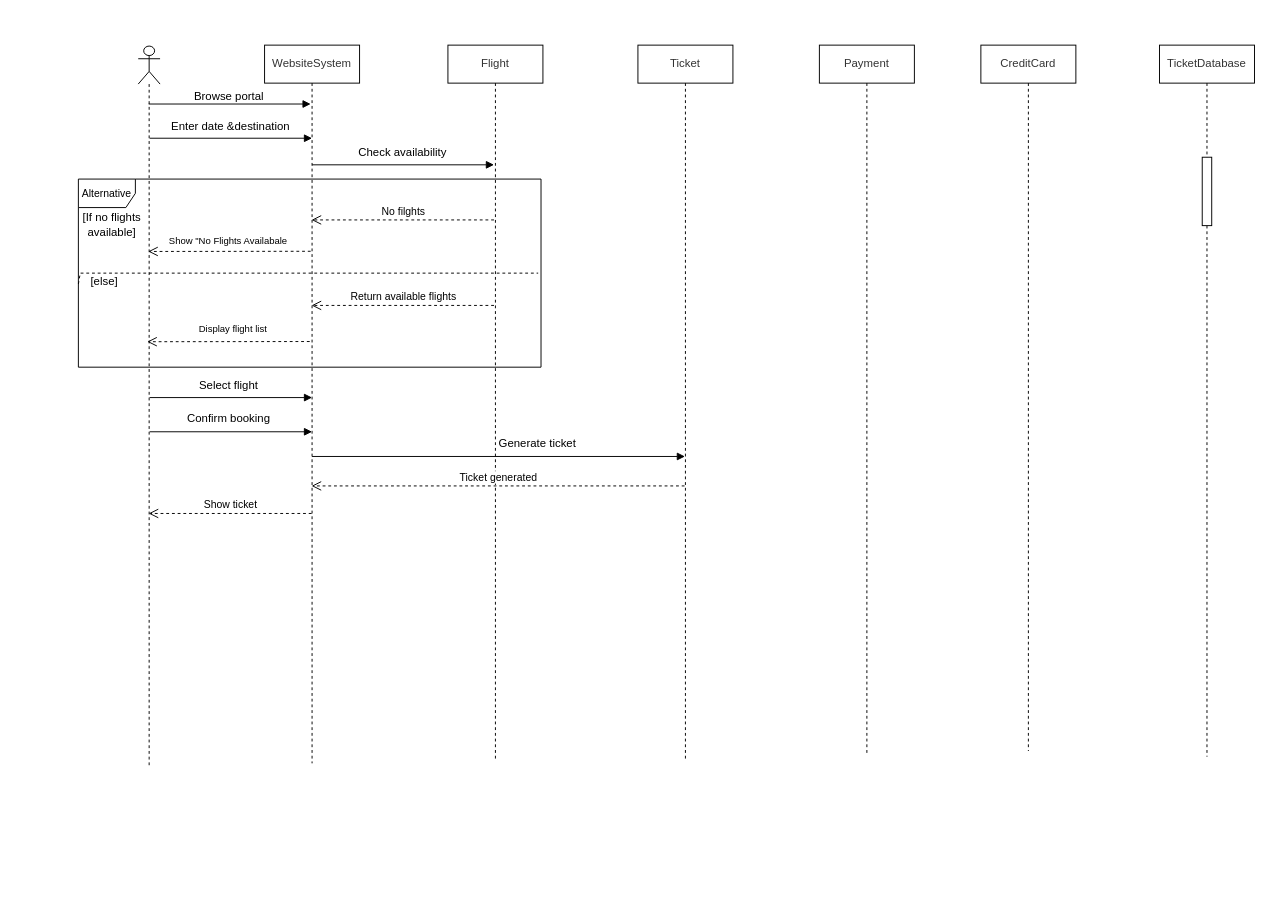
Earlier version of the draw.io diagram sequence.drawio (huyTrinhVAn/Draw-Io-Repo). Source tidied: cells renumbered, new cells numbered last; positions are measured from the earlier drawing's top-left corner, leaving out a move shared by most shapes. Both pictures are drawn from the tidied source at 95%, with x=0, y=0 at pixel (16, 45).
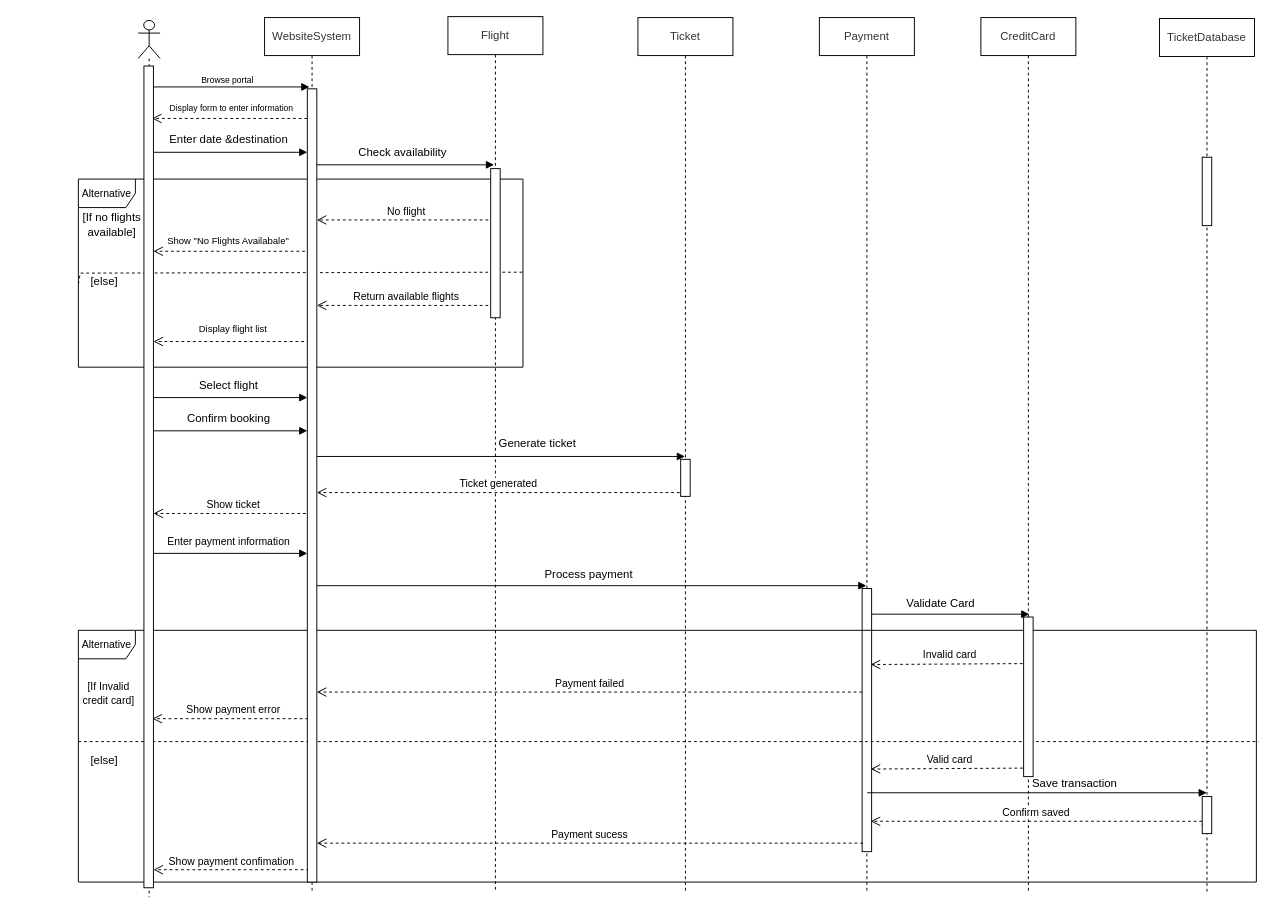
The same page after the edit.

Commit message:
Almost final design

Diff of the diagram source:
```diff
@@
     <mxCell id="2" value="&lt;span style=&quot;color: rgb(51, 51, 51); font-family: arial, sans-serif; text-wrap-mode: nowrap; background-color: rgb(255, 255, 255);&quot;&gt;&lt;font style=&quot;font-size: 12px;&quot;&gt;Flight&lt;/font&gt;&lt;/span&gt;" style="shape=umlLifeline;perimeter=lifelinePerimeter;whiteSpace=wrap;html=1;newEdgeStyle={&quot;curved&quot;:0,&quot;rounded&quot;:0};" parent="1" vertex="1">
-      <mxGeometry x="454" width="100" height="752" as="geometry" />
+      <mxGeometry x="454" y="-30" width="100" height="922" as="geometry" />
     </mxCell>
     <mxCell id="3" value="&lt;span style=&quot;color: rgb(51, 51, 51); font-family: arial, sans-serif; text-wrap-mode: nowrap; background-color: rgb(255, 255, 255);&quot;&gt;&lt;font style=&quot;font-size: 12px;&quot;&gt;WebsiteSystem&lt;/font&gt;&lt;/span&gt;" style="shape=umlLifeline;perimeter=lifelinePerimeter;whiteSpace=wrap;html=1;outlineConnect=0;portConstraint=eastwest;newEdgeStyle={&quot;curved&quot;:0,&quot;rounded&quot;:0};" parent="1" vertex="1">
-      <mxGeometry x="261" width="100" height="756" as="geometry" />
+      <mxGeometry x="261" y="-29" width="100" height="922" as="geometry" />
     </mxCell>
     <mxCell id="4" value="&lt;span style=&quot;color: rgb(51, 51, 51); font-family: arial, sans-serif; text-wrap-mode: nowrap; background-color: rgb(255, 255, 255);&quot;&gt;&lt;font style=&quot;font-size: 12px;&quot;&gt;Ticket&lt;/font&gt;&lt;/span&gt;" style="shape=umlLifeline;perimeter=lifelinePerimeter;whiteSpace=wrap;html=1;outlineConnect=0;portConstraint=eastwest;newEdgeStyle={&quot;curved&quot;:0,&quot;rounded&quot;:0};" parent="1" vertex="1">
-      <mxGeometry x="654" width="100" height="752" as="geometry" />
+      <mxGeometry x="654" y="-29" width="100" height="920" as="geometry" />
     </mxCell>
+    <mxCell id="34" style="html=1;perimeter=orthogonalPerimeter;targetShapes=umlLifeline;newEdgeStyle={&quot;curved&quot;:0,&quot;rounded&quot;:0};" parent="4" vertex="1">
+      <mxGeometry x="45" y="465" width="10" height="39" as="geometry" />
+    </mxCell>
     <mxCell id="5" value="&lt;span style=&quot;color: rgb(51, 51, 51); font-family: arial, sans-serif; text-wrap-mode: nowrap; background-color: rgb(255, 255, 255);&quot;&gt;&lt;font style=&quot;font-size: 12px;&quot;&gt;Payment&lt;/font&gt;&lt;/span&gt;" style="shape=umlLifeline;perimeter=lifelinePerimeter;whiteSpace=wrap;html=1;outlineConnect=0;portConstraint=eastwest;newEdgeStyle={&quot;curved&quot;:0,&quot;rounded&quot;:0};" parent="1" vertex="1">
-      <mxGeometry x="845" width="100" height="747" as="geometry" />
+      <mxGeometry x="845" y="-29" width="100" height="920" as="geometry" />
     </mxCell>
+    <mxCell id="35" style="html=1;points=[[0,0,0,0,5],[0,1,0,0,-5],[1,0,0,0,5],[1,1,0,0,-5]];perimeter=orthogonalPerimeter;outlineConnect=0;targetShapes=umlLifeline;portConstraint=eastwest;newEdgeStyle={&quot;curved&quot;:0,&quot;rounded&quot;:0};" parent="5" vertex="1">
+      <mxGeometry x="45" y="601" width="10" height="277" as="geometry" />
+    </mxCell>
     <mxCell id="6" value="&lt;span style=&quot;color: rgb(51, 51, 51); font-family: arial, sans-serif; text-wrap-mode: nowrap; background-color: rgb(255, 255, 255);&quot;&gt;&lt;font style=&quot;font-size: 12px;&quot;&gt;CreditCard&lt;/font&gt;&lt;/span&gt;" style="shape=umlLifeline;perimeter=lifelinePerimeter;whiteSpace=wrap;html=1;newEdgeStyle={&quot;curved&quot;:0,&quot;rounded&quot;:0};" parent="1" vertex="1">
-      <mxGeometry x="1015" width="100" height="743" as="geometry" />
+      <mxGeometry x="1015" y="-29" width="100" height="921" as="geometry" />
     </mxCell>
     <mxCell id="7" value="&lt;span style=&quot;color: rgb(51, 51, 51); font-family: arial, sans-serif; text-wrap-mode: nowrap; background-color: rgb(255, 255, 255);&quot;&gt;&lt;font style=&quot;font-size: 12px;&quot;&gt;TicketDatabase&lt;/font&gt;&lt;/span&gt;" style="shape=umlLifeline;perimeter=lifelinePerimeter;whiteSpace=wrap;html=1;newEdgeStyle={&quot;curved&quot;:0,&quot;rounded&quot;:0};" parent="1" vertex="1">
-      <mxGeometry x="1203" width="100" height="749" as="geometry" />
+      <mxGeometry x="1203" y="-28" width="100" height="921" as="geometry" />
     </mxCell>
@@
     <mxCell id="9" style="html=1;verticalAlign=bottom;endArrow=block;curved=0;rounded=0;" parent="1" edge="1">
       <mxGeometry x="-0.82" y="37" relative="1" as="geometry">
-        <mxPoint x="139" y="62" as="sourcePoint" />
-        <mxPoint x="309.5" y="62" as="targetPoint" />
+        <mxPoint x="137.8" y="44" as="sourcePoint" />
+        <mxPoint x="308.2" y="44" as="targetPoint" />
       </mxGeometry>
     </mxCell>
-    <mxCell id="10" value="Browse portal&amp;nbsp;" style="text;html=1;align=center;verticalAlign=middle;whiteSpace=wrap;rounded=0;" parent="1" vertex="1">
-      <mxGeometry x="165" y="46" width="121" height="16" as="geometry" />
+    <mxCell id="10" value="&lt;font style=&quot;font-size: 9px;&quot;&gt;Browse portal&amp;nbsp;&lt;/font&gt;" style="text;html=1;align=center;verticalAlign=middle;whiteSpace=wrap;rounded=0;" parent="1" vertex="1">
+      <mxGeometry x="162.5" y="28" width="121" height="16" as="geometry" />
     </mxCell>
-    <mxCell id="11" style="html=1;verticalAlign=bottom;endArrow=block;curved=0;rounded=0;" parent="1" edge="1">
+    <mxCell id="11" style="html=1;verticalAlign=bottom;endArrow=block;curved=0;rounded=0;" parent="1" edge="1" target="59">
       <mxGeometry x="-0.82" y="37" relative="1" as="geometry">
-        <mxPoint x="140" y="98" as="sourcePoint" />
-        <mxPoint x="311" y="98" as="targetPoint" />
+        <mxPoint x="135.5" y="112.8" as="sourcePoint" />
       </mxGeometry>
     </mxCell>
     <mxCell id="12" value="Enter date &amp;amp;destination" style="text;html=1;align=center;verticalAlign=middle;whiteSpace=wrap;rounded=0;" parent="1" vertex="1">
-      <mxGeometry x="157" y="78" width="137" height="16" as="geometry" />
+      <mxGeometry x="154.5" y="91" width="137" height="16" as="geometry" />
     </mxCell>
@@
     <mxCell id="15" value="&lt;font style=&quot;font-size: 11px;&quot;&gt;Alternative&lt;/font&gt;" style="shape=umlFrame;whiteSpace=wrap;html=1;" parent="1" vertex="1">
-      <mxGeometry x="65" y="141" width="487" height="198" as="geometry" />
+      <mxGeometry x="65" y="141" width="468" height="198" as="geometry" />
     </mxCell>
@@
-    <mxCell id="17" value="No filghts" style="html=1;verticalAlign=bottom;endArrow=open;dashed=1;endSize=8;curved=0;rounded=0;" parent="1" edge="1">
+    <mxCell id="17" value="No flight" style="html=1;verticalAlign=bottom;endArrow=open;dashed=1;endSize=8;curved=0;rounded=0;" parent="1" edge="1" target="59">
       <mxGeometry relative="1" as="geometry">
         <mxPoint x="502.5" y="184" as="sourcePoint" />
-        <mxPoint x="310.5" y="184" as="targetPoint" />
       </mxGeometry>
     </mxCell>
-    <mxCell id="18" style="html=1;verticalAlign=bottom;endArrow=open;dashed=1;endSize=8;curved=0;rounded=0;" parent="1" edge="1">
+    <mxCell id="18" style="html=1;verticalAlign=bottom;endArrow=open;dashed=1;endSize=8;curved=0;rounded=0;" parent="1" edge="1" target="57">
       <mxGeometry relative="1" as="geometry">
         <mxPoint x="309.5" y="217" as="sourcePoint" />
-        <mxPoint x="138.5" y="217.2" as="targetPoint" />
       </mxGeometry>
     </mxCell>
-    <mxCell id="19" value="&lt;font style=&quot;font-size: 10px;&quot;&gt;Show &quot;No Flights Availabale&lt;/font&gt;" style="text;html=1;align=center;verticalAlign=middle;whiteSpace=wrap;rounded=0;" parent="1" vertex="1">
+    <mxCell id="19" value="&lt;font style=&quot;font-size: 10px;&quot;&gt;Show &quot;No Flights Availabale&quot;&lt;/font&gt;" style="text;html=1;align=center;verticalAlign=middle;whiteSpace=wrap;rounded=0;" parent="1" vertex="1">
       <mxGeometry x="152" y="197" width="142" height="17" as="geometry" />
     </mxCell>
@@
-    <mxCell id="21" style="endArrow=none;dashed=1;html=1;rounded=0;exitX=0;exitY=0.558;exitDx=0;exitDy=0;exitPerimeter=0;" parent="1" edge="1" source="15">
+    <mxCell id="21" style="endArrow=none;dashed=1;html=1;rounded=0;exitX=0;exitY=0.558;exitDx=0;exitDy=0;exitPerimeter=0;entryX=1.001;entryY=0.495;entryDx=0;entryDy=0;entryPerimeter=0;" parent="1" edge="1" source="15" target="15">
       <mxGeometry relative="1" as="geometry">
-        <mxPoint x="549" y="240" as="targetPoint" />
         <Array as="points">
           <mxPoint x="67" y="240" />
         </Array>
       </mxGeometry>
     </mxCell>
-    <mxCell id="22" value="Return available flights" style="html=1;verticalAlign=bottom;endArrow=open;dashed=1;endSize=8;curved=0;rounded=0;" parent="1" edge="1">
+    <mxCell id="22" value="Return available flights" style="html=1;verticalAlign=bottom;endArrow=open;dashed=1;endSize=8;curved=0;rounded=0;" parent="1" edge="1" target="59">
       <mxGeometry relative="1" as="geometry">
         <mxPoint x="502.5" y="274" as="sourcePoint" />
-        <mxPoint x="310.5" y="274" as="targetPoint" />
       </mxGeometry>
     </mxCell>
-    <mxCell id="23" style="html=1;verticalAlign=bottom;endArrow=open;dashed=1;endSize=8;curved=0;rounded=0;" parent="1" edge="1">
+    <mxCell id="23" style="html=1;verticalAlign=bottom;endArrow=open;dashed=1;endSize=8;curved=0;rounded=0;" parent="1" edge="1" target="57">
       <mxGeometry relative="1" as="geometry">
         <mxPoint x="308.5" y="312" as="sourcePoint" />
-        <mxPoint x="137.5" y="312.2" as="targetPoint" />
       </mxGeometry>
     </mxCell>
@@
-    <mxCell id="25" style="shape=umlLifeline;perimeter=lifelinePerimeter;whiteSpace=wrap;html=1;newEdgeStyle={&quot;curved&quot;:0,&quot;rounded&quot;:0};participant=umlActor;" parent="1" vertex="1">
-      <mxGeometry x="128" y="1" width="23" height="760" as="geometry" />
-    </mxCell>
     <mxCell id="26" style="html=1;verticalAlign=bottom;endArrow=block;curved=0;rounded=0;" parent="1" edge="1">
       <mxGeometry x="-0.82" y="37" relative="1" as="geometry">
-        <mxPoint x="140" y="371" as="sourcePoint" />
-        <mxPoint x="311" y="371" as="targetPoint" />
+        <mxPoint x="135" y="371" as="sourcePoint" />
+        <mxPoint x="306" y="371" as="targetPoint" />
       </mxGeometry>
     </mxCell>
@@
     <mxCell id="28" style="html=1;verticalAlign=bottom;endArrow=block;curved=0;rounded=0;" parent="1" edge="1">
       <mxGeometry x="-0.82" y="37" relative="1" as="geometry">
-        <mxPoint x="140" y="407" as="sourcePoint" />
-        <mxPoint x="311" y="407" as="targetPoint" />
+        <mxPoint x="135" y="406" as="sourcePoint" />
+        <mxPoint x="306" y="406" as="targetPoint" />
       </mxGeometry>
     </mxCell>
@@
-    <mxCell id="32" value="Ticket generated" style="html=1;verticalAlign=bottom;endArrow=open;dashed=1;endSize=8;curved=0;rounded=0;" parent="1" edge="1" target="3">
+    <mxCell id="32" value="Ticket generated" style="html=1;verticalAlign=bottom;endArrow=open;dashed=1;endSize=8;curved=0;rounded=0;" parent="1" edge="1" target="59">
       <mxGeometry relative="1" as="geometry">
-        <mxPoint x="703.1" y="464" as="sourcePoint" />
+        <mxPoint x="698" y="471" as="sourcePoint" />
+        <Array as="points">
+          <mxPoint x="678" y="471" />
+        </Array>
       </mxGeometry>
     </mxCell>
-    <mxCell id="33" value="Show ticket" style="html=1;verticalAlign=bottom;endArrow=open;dashed=1;endSize=8;curved=0;rounded=0;" parent="1" edge="1" source="3">
+    <mxCell id="33" value="Show ticket" style="html=1;verticalAlign=bottom;endArrow=open;dashed=1;endSize=8;curved=0;rounded=0;" parent="1" edge="1" source="3" target="57">
       <mxGeometry relative="1" as="geometry">
-        <mxPoint x="139" y="493" as="targetPoint" />
+        <Array as="points">
+          <mxPoint x="161" y="493" />
+        </Array>
       </mxGeometry>
     </mxCell>
+    <mxCell id="36" style="html=1;verticalAlign=bottom;endArrow=block;curved=0;rounded=0;" parent="1" edge="1">
+      <mxGeometry x="-0.82" y="37" relative="1" as="geometry">
+        <mxPoint x="135" y="535" as="sourcePoint" />
+        <mxPoint x="306" y="535" as="targetPoint" />
+      </mxGeometry>
+    </mxCell>
+    <mxCell id="37" value="&lt;div style=&quot;text-align: center;&quot;&gt;&lt;span style=&quot;color: light-dark(rgb(0, 0, 0), rgb(255, 255, 255)); font-size: 11px; text-wrap-mode: nowrap; background-color: rgb(255, 255, 255);&quot;&gt;Enter payment information&lt;/span&gt;&lt;/div&gt;" style="text;whiteSpace=wrap;html=1;" parent="1" vertex="1">
+      <mxGeometry x="157" y="509" width="119" height="22" as="geometry" />
+    </mxCell>
+    <mxCell id="38" style="html=1;verticalAlign=bottom;endArrow=block;curved=0;rounded=0;" parent="1" edge="1" target="5">
+      <mxGeometry x="-0.82" y="37" relative="1" as="geometry">
+        <mxPoint x="311" y="569" as="sourcePoint" />
+      </mxGeometry>
+    </mxCell>
+    <mxCell id="39" value="Process payment" style="text;html=1;align=center;verticalAlign=middle;whiteSpace=wrap;rounded=0;" parent="1" vertex="1">
+      <mxGeometry x="508" y="549" width="189" height="16" as="geometry" />
+    </mxCell>
+    <mxCell id="40" style="html=1;verticalAlign=bottom;endArrow=block;curved=0;rounded=0;" parent="1" edge="1" source="35">
+      <mxGeometry x="-0.82" y="37" relative="1" as="geometry">
+        <mxPoint x="1066" y="599" as="targetPoint" />
+      </mxGeometry>
+    </mxCell>
+    <mxCell id="41" value="Validate Card" style="text;html=1;align=center;verticalAlign=middle;whiteSpace=wrap;rounded=0;" parent="1" vertex="1">
+      <mxGeometry x="895" y="580" width="156" height="16" as="geometry" />
+    </mxCell>
+    <mxCell id="42" value="&lt;font style=&quot;font-size: 11px;&quot;&gt;Alternative&lt;/font&gt;" style="shape=umlFrame;whiteSpace=wrap;html=1;" parent="1" vertex="1">
+      <mxGeometry x="65" y="616" width="1240" height="265" as="geometry" />
+    </mxCell>
+    <mxCell id="43" style="endArrow=none;dashed=1;html=1;rounded=0;entryX=1.002;entryY=0.442;entryDx=0;entryDy=0;entryPerimeter=0;exitX=0;exitY=0.442;exitDx=0;exitDy=0;exitPerimeter=0;" parent="1" edge="1" source="42" target="42">
+      <mxGeometry relative="1" as="geometry" />
+    </mxCell>
+    <mxCell id="44" value="&lt;font style=&quot;font-size: 11px;&quot;&gt;[If Invalid credit card]&lt;/font&gt;" style="text;html=1;align=center;verticalAlign=middle;whiteSpace=wrap;rounded=0;" parent="1" vertex="1">
+      <mxGeometry x="60" y="641" width="74" height="81" as="geometry" />
+    </mxCell>
+    <mxCell id="45" value="[else]" style="text;html=1;align=center;verticalAlign=middle;whiteSpace=wrap;rounded=0;" parent="1" vertex="1">
+      <mxGeometry x="38" y="745" width="109" height="16" as="geometry" />
+    </mxCell>
+    <mxCell id="46" value="Invalid card" style="html=1;verticalAlign=bottom;endArrow=open;dashed=1;endSize=8;curved=0;rounded=0;" parent="1" edge="1">
+      <mxGeometry relative="1" as="geometry">
+        <mxPoint x="1065" y="651" as="sourcePoint" />
+        <mxPoint x="899" y="652" as="targetPoint" />
+      </mxGeometry>
+    </mxCell>
+    <mxCell id="47" value="Payment failed" style="html=1;verticalAlign=bottom;endArrow=open;dashed=1;endSize=8;curved=0;rounded=0;" parent="1" edge="1" target="59">
+      <mxGeometry relative="1" as="geometry">
+        <mxPoint x="890" y="681" as="sourcePoint" />
+      </mxGeometry>
+    </mxCell>
+    <mxCell id="48" value="Show payment error" style="html=1;verticalAlign=bottom;endArrow=open;dashed=1;endSize=8;curved=0;rounded=0;" parent="1" edge="1">
+      <mxGeometry relative="1" as="geometry">
+        <mxPoint x="313" y="709" as="sourcePoint" />
+        <mxPoint x="143" y="709" as="targetPoint" />
+      </mxGeometry>
+    </mxCell>
+    <mxCell id="49" value="Valid card" style="html=1;verticalAlign=bottom;endArrow=open;dashed=1;endSize=8;curved=0;rounded=0;" parent="1" edge="1">
+      <mxGeometry relative="1" as="geometry">
+        <mxPoint x="1065.3" y="761" as="sourcePoint" />
+        <mxPoint x="899" y="762" as="targetPoint" />
+      </mxGeometry>
+    </mxCell>
+    <mxCell id="50" style="html=1;verticalAlign=bottom;endArrow=block;curved=0;rounded=0;" parent="1" edge="1">
+      <mxGeometry x="-0.82" y="37" relative="1" as="geometry">
+        <mxPoint x="895.3" y="787" as="sourcePoint" />
+        <mxPoint x="1252.8" y="787" as="targetPoint" />
+      </mxGeometry>
+    </mxCell>
+    <mxCell id="51" value="Save transaction" style="text;html=1;align=center;verticalAlign=middle;whiteSpace=wrap;rounded=0;" parent="1" vertex="1">
+      <mxGeometry x="1036.3" y="769" width="156" height="16" as="geometry" />
+    </mxCell>
+    <mxCell id="52" value="Confirm saved" style="html=1;verticalAlign=bottom;endArrow=open;dashed=1;endSize=8;curved=0;rounded=0;" parent="1" edge="1" source="63">
+      <mxGeometry relative="1" as="geometry">
+        <mxPoint x="899" y="817" as="targetPoint" />
+      </mxGeometry>
+    </mxCell>
+    <mxCell id="53" value="Payment sucess" style="html=1;verticalAlign=bottom;endArrow=open;dashed=1;endSize=8;curved=0;rounded=0;" parent="1" edge="1" target="59">
+      <mxGeometry relative="1" as="geometry">
+        <mxPoint x="891" y="840" as="sourcePoint" />
+      </mxGeometry>
+    </mxCell>
+    <mxCell id="54" value="Show payment confimation" style="html=1;verticalAlign=bottom;endArrow=open;dashed=1;endSize=8;curved=0;rounded=0;" parent="1" edge="1" target="57">
+      <mxGeometry relative="1" as="geometry">
+        <mxPoint x="308" y="868" as="sourcePoint" />
+      </mxGeometry>
+    </mxCell>
+    <mxCell id="55" style="html=1;verticalAlign=bottom;endArrow=open;dashed=1;endSize=8;curved=0;rounded=0;" parent="1" edge="1" source="59">
+      <mxGeometry relative="1" as="geometry">
+        <mxPoint x="142.5" y="77.2" as="targetPoint" />
+      </mxGeometry>
+    </mxCell>
+    <mxCell id="56" value="&lt;font style=&quot;font-size: 9px;&quot;&gt;Display form to enter information&lt;/font&gt;" style="text;html=1;align=center;verticalAlign=middle;whiteSpace=wrap;rounded=0;" parent="1" vertex="1">
+      <mxGeometry x="148" y="58" width="157" height="16" as="geometry" />
+    </mxCell>
+    <mxCell id="25" style="shape=umlLifeline;perimeter=lifelinePerimeter;whiteSpace=wrap;html=1;newEdgeStyle={&quot;curved&quot;:0,&quot;rounded&quot;:0};participant=umlActor;" parent="1" vertex="1">
+      <mxGeometry x="128" y="-26" width="23" height="923" as="geometry" />
+    </mxCell>
+    <mxCell id="57" style="html=1;points=[[0,0,0,0,5],[0,1,0,0,-5],[1,0,0,0,5],[1,1,0,0,-5]];perimeter=orthogonalPerimeter;outlineConnect=0;targetShapes=umlLifeline;portConstraint=eastwest;newEdgeStyle={&quot;curved&quot;:0,&quot;rounded&quot;:0};" parent="25" vertex="1">
+      <mxGeometry x="6" y="48" width="10" height="865" as="geometry" />
+    </mxCell>
+    <mxCell id="58" style="html=1;verticalAlign=bottom;endArrow=open;dashed=1;endSize=8;curved=0;rounded=0;" parent="1" edge="1" source="3" target="59">
+      <mxGeometry relative="1" as="geometry" />
+    </mxCell>
+    <mxCell id="59" style="html=1;points=[[0,0,0,0,5],[0,1,0,0,-5],[1,0,0,0,5],[1,1,0,0,-5]];perimeter=orthogonalPerimeter;outlineConnect=0;targetShapes=umlLifeline;portConstraint=eastwest;newEdgeStyle={&quot;curved&quot;:0,&quot;rounded&quot;:0};" parent="1" vertex="1">
+      <mxGeometry x="306" y="46" width="10" height="835" as="geometry" />
+    </mxCell>
+    <mxCell id="60" style="html=1;perimeter=orthogonalPerimeter;targetShapes=umlLifeline;newEdgeStyle={&quot;curved&quot;:0,&quot;rounded&quot;:0};" parent="1" vertex="1">
+      <mxGeometry x="499" y="130" width="10" height="157" as="geometry" />
+    </mxCell>
+    <mxCell id="61" style="html=1;perimeter=orthogonalPerimeter;targetShapes=umlLifeline;newEdgeStyle={&quot;curved&quot;:0,&quot;rounded&quot;:0};" parent="1" vertex="1">
+      <mxGeometry x="1060" y="602" width="10" height="168" as="geometry" />
+    </mxCell>
+    <mxCell id="62" style="html=1;verticalAlign=bottom;endArrow=open;dashed=1;endSize=8;curved=0;rounded=0;" parent="1" edge="1" target="63">
+      <mxGeometry relative="1" as="geometry">
+        <mxPoint x="1252.3" y="818" as="sourcePoint" />
+      </mxGeometry>
+    </mxCell>
+    <mxCell id="63" style="html=1;points=[[0,0,0,0,5],[0,1,0,0,-5],[1,0,0,0,5],[1,1,0,0,-5]];perimeter=orthogonalPerimeter;outlineConnect=0;targetShapes=umlLifeline;portConstraint=eastwest;newEdgeStyle={&quot;curved&quot;:0,&quot;rounded&quot;:0};" parent="1" vertex="1">
+      <mxGeometry x="1248" y="791" width="10" height="39" as="geometry" />
+    </mxCell>
```
